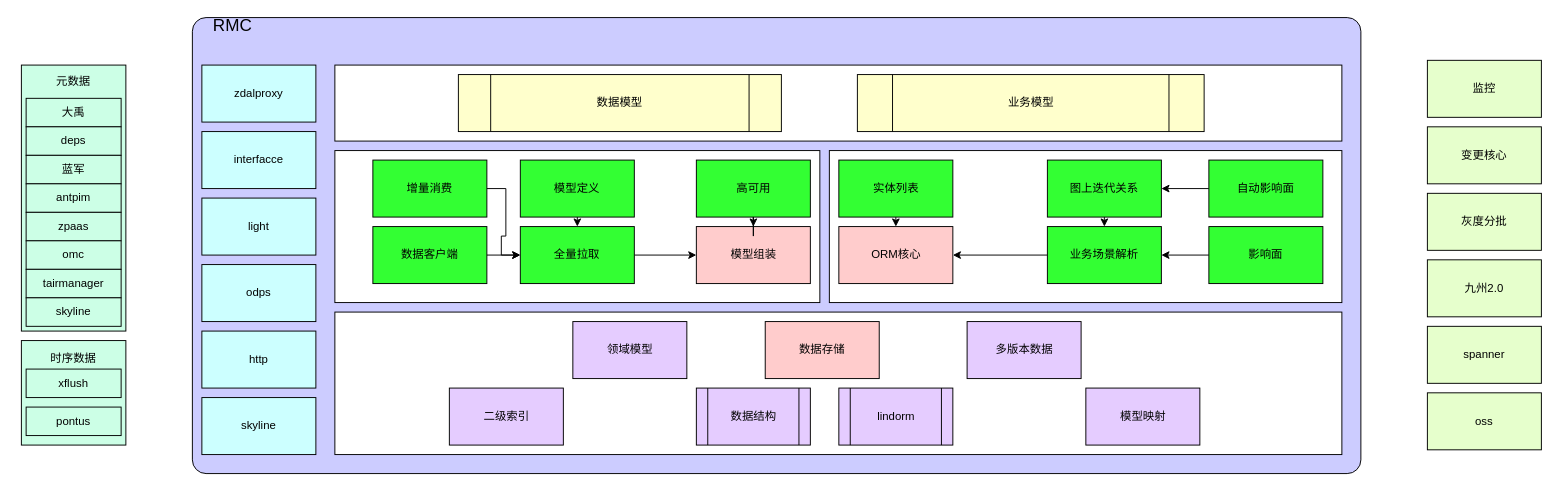
The draw.io diagram 元数据模型.drawio in frankneu/draw.io, before the edit. Source tidied: cells renumbered, new cells numbered last; positions are measured from the earlier drawing's top-left corner, leaving out a move shared by most shapes. Both pictures are drawn from the tidied source at 95%, with x=0, y=0 at pixel (21, 17).
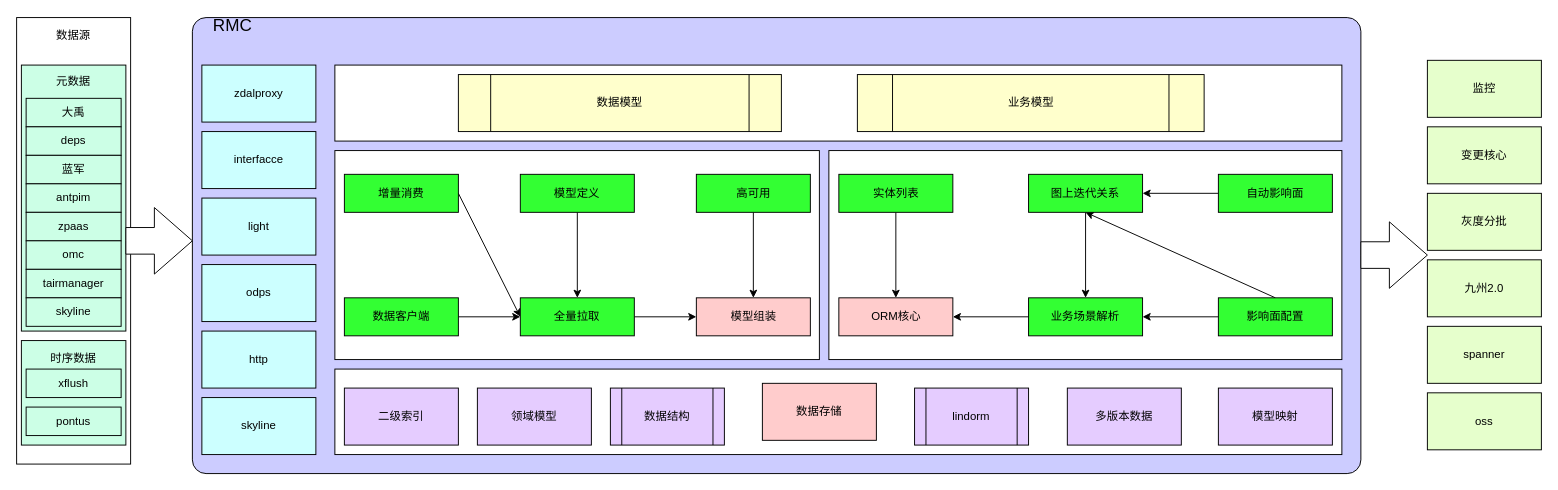
Above is the later version.

Commit message:
Update 元数据模型.drawio

Change to the diagram source:
```diff
@@
+    <mxCell id="62" value="数据源&lt;br&gt;&lt;br&gt;&lt;br&gt;&lt;br&gt;&lt;br&gt;&lt;br&gt;&lt;br&gt;&lt;br&gt;&lt;br&gt;&lt;br&gt;&lt;br&gt;&lt;br&gt;&lt;br&gt;&lt;br&gt;&lt;br&gt;&lt;br&gt;&lt;br&gt;&lt;br&gt;&lt;br&gt;&lt;br&gt;&lt;br&gt;&lt;br&gt;&lt;br&gt;&lt;br&gt;&lt;br&gt;&lt;br&gt;&lt;br&gt;&lt;br&gt;&lt;br&gt;&lt;br&gt;&lt;br&gt;" style="rounded=0;whiteSpace=wrap;html=1;" parent="1" vertex="1">
+      <mxGeometry x="-5" width="120" height="470" as="geometry" />
+    </mxCell>
@@
     <mxCell id="16" style="rounded=0;whiteSpace=wrap;html=1;" parent="1" vertex="1">
-      <mxGeometry x="850.5" y="140" width="539.5" height="160" as="geometry" />
+      <mxGeometry x="850" y="140" width="540" height="220" as="geometry" />
     </mxCell>
     <mxCell id="17" style="rounded=0;whiteSpace=wrap;html=1;" parent="1" vertex="1">
-      <mxGeometry x="330" y="310" width="1060" height="150" as="geometry" />
+      <mxGeometry x="330" y="370" width="1060" height="90" as="geometry" />
     </mxCell>
     <mxCell id="18" style="rounded=0;whiteSpace=wrap;html=1;" parent="1" vertex="1">
-      <mxGeometry x="330" y="140" width="510.5" height="160" as="geometry" />
+      <mxGeometry x="330" y="140" width="510" height="220" as="geometry" />
     </mxCell>
-    <mxCell id="19" style="edgeStyle=orthogonalEdgeStyle;rounded=0;jettySize=auto;html=1;exitX=1;exitY=0.5;exitDx=0;exitDy=0;entryX=0;entryY=0.5;entryDx=0;entryDy=0;" parent="1" edge="1" source="20" target="26">
+    <mxCell id="19" style="rounded=0;jettySize=auto;html=1;exitX=1;exitY=0.5;exitDx=0;exitDy=0;entryX=0;entryY=0.5;entryDx=0;entryDy=0;" parent="1" edge="1" source="20" target="26">
       <mxGeometry relative="1" as="geometry" />
     </mxCell>
     <mxCell id="20" value="增量消费" style="rounded=0;whiteSpace=wrap;html=1;fillColor=#33FF33;" parent="1" vertex="1">
-      <mxGeometry x="370" y="150" width="120" height="60" as="geometry" />
+      <mxGeometry x="340" y="165" width="120" height="40" as="geometry" />
     </mxCell>
@@
     <mxCell id="22" value="数据客户端" style="rounded=0;whiteSpace=wrap;html=1;fillColor=#33FF33;" parent="1" vertex="1">
-      <mxGeometry x="370" y="220" width="120" height="60" as="geometry" />
+      <mxGeometry x="340" y="295" width="120" height="40" as="geometry" />
     </mxCell>
@@
     <mxCell id="24" value="模型定义" style="rounded=0;whiteSpace=wrap;html=1;fillColor=#33FF33;" parent="1" vertex="1">
-      <mxGeometry x="525.2" y="150" width="120" height="60" as="geometry" />
+      <mxGeometry x="525.2" y="165" width="120" height="40" as="geometry" />
     </mxCell>
@@
     <mxCell id="26" value="全量拉取" style="rounded=0;whiteSpace=wrap;html=1;fillColor=#33FF33;" parent="1" vertex="1">
-      <mxGeometry x="525.2" y="220" width="120" height="60" as="geometry" />
+      <mxGeometry x="525.2" y="295" width="120" height="40" as="geometry" />
     </mxCell>
     <mxCell id="27" value="模型组装" style="rounded=0;whiteSpace=wrap;html=1;fillColor=#FFCCCC;" parent="1" vertex="1">
-      <mxGeometry x="710.5" y="220" width="120" height="60" as="geometry" />
+      <mxGeometry x="710.5" y="295" width="120" height="40" as="geometry" />
     </mxCell>
     <mxCell id="28" value="数据存储" style="rounded=0;whiteSpace=wrap;html=1;fillColor=#FFCCCC;" parent="1" vertex="1">
-      <mxGeometry x="783" y="320" width="120" height="60" as="geometry" />
+      <mxGeometry x="780" y="385" width="120" height="60" as="geometry" />
     </mxCell>
     <mxCell id="29" value="ORM核心" style="rounded=0;whiteSpace=wrap;html=1;fillColor=#FFCCCC;" parent="1" vertex="1">
-      <mxGeometry x="860.5" y="220" width="120" height="60" as="geometry" />
+      <mxGeometry x="860.5" y="295" width="120" height="40" as="geometry" />
     </mxCell>
@@
     <mxCell id="31" value="业务场景解析" style="rounded=0;whiteSpace=wrap;html=1;fillColor=#33FF33;" parent="1" vertex="1">
-      <mxGeometry x="1080" y="220" width="120" height="60" as="geometry" />
+      <mxGeometry x="1060.2" y="295" width="120" height="40" as="geometry" />
     </mxCell>
@@
+    <mxCell id="63" style="edgeStyle=none;rounded=0;jettySize=auto;html=1;exitX=0.5;exitY=0;exitDx=0;exitDy=0;entryX=0.5;entryY=1;entryDx=0;entryDy=0;" parent="1" edge="1" source="33" target="39">
+      <mxGeometry relative="1" as="geometry" />
+    </mxCell>
-    <mxCell id="33" value="影响面" style="rounded=0;whiteSpace=wrap;html=1;fillColor=#33FF33;" parent="1" vertex="1">
-      <mxGeometry x="1250" y="220" width="120" height="60" as="geometry" />
+    <mxCell id="33" value="影响面配置" style="rounded=0;whiteSpace=wrap;html=1;fillColor=#33FF33;" parent="1" vertex="1">
+      <mxGeometry x="1260" y="295" width="120" height="40" as="geometry" />
     </mxCell>
     <mxCell id="34" value="二级索引" style="rounded=0;whiteSpace=wrap;html=1;fillColor=#E5CCFF;" parent="1" vertex="1">
-      <mxGeometry x="450.5" y="390" width="120" height="60" as="geometry" />
+      <mxGeometry x="340" y="390" width="120" height="60" as="geometry" />
     </mxCell>
     <mxCell id="35" value="模型映射" style="rounded=0;whiteSpace=wrap;html=1;fillColor=#E5CCFF;" parent="1" vertex="1">
-      <mxGeometry x="1120.5" y="390" width="120" height="60" as="geometry" />
+      <mxGeometry x="1260" y="390" width="120" height="60" as="geometry" />
     </mxCell>
@@
     <mxCell id="37" value="实体列表" style="rounded=0;whiteSpace=wrap;html=1;fillColor=#33FF33;" parent="1" vertex="1">
-      <mxGeometry x="860.5" y="150" width="120" height="60" as="geometry" />
+      <mxGeometry x="860.5" y="165" width="120" height="40" as="geometry" />
     </mxCell>
@@
     <mxCell id="39" value="图上迭代关系" style="rounded=0;whiteSpace=wrap;html=1;fillColor=#33FF33;" parent="1" vertex="1">
-      <mxGeometry x="1080" y="150" width="120" height="60" as="geometry" />
+      <mxGeometry x="1060.2" y="165" width="120" height="40" as="geometry" />
     </mxCell>
@@
     <mxCell id="42" value="数据结构" style="shape=process;whiteSpace=wrap;html=1;backgroundOutline=1;fillColor=#E5CCFF;" parent="1" vertex="1">
-      <mxGeometry x="710.5" y="390" width="120" height="60" as="geometry" />
+      <mxGeometry x="620" y="390" width="120" height="60" as="geometry" />
     </mxCell>
@@
     <mxCell id="44" value="高可用" style="rounded=0;whiteSpace=wrap;html=1;fillColor=#33FF33;" parent="1" vertex="1">
-      <mxGeometry x="710.5" y="150" width="120" height="60" as="geometry" />
+      <mxGeometry x="710.5" y="165" width="120" height="40" as="geometry" />
     </mxCell>
@@
     <mxCell id="46" value="自动影响面" style="rounded=0;whiteSpace=wrap;html=1;fillColor=#33FF33;" parent="1" vertex="1">
-      <mxGeometry x="1250" y="150" width="120" height="60" as="geometry" />
+      <mxGeometry x="1260" y="165" width="120" height="40" as="geometry" />
     </mxCell>
     <mxCell id="47" value="领域模型" style="rounded=0;whiteSpace=wrap;html=1;fillColor=#E5CCFF;" parent="1" vertex="1">
-      <mxGeometry x="580.5" y="320" width="120" height="60" as="geometry" />
+      <mxGeometry x="480" y="390" width="120" height="60" as="geometry" />
     </mxCell>
     <mxCell id="48" value="多版本数据" style="rounded=0;whiteSpace=wrap;html=1;fillColor=#E5CCFF;" parent="1" vertex="1">
-      <mxGeometry x="995.5" y="320" width="120" height="60" as="geometry" />
+      <mxGeometry x="1101" y="390" width="120" height="60" as="geometry" />
     </mxCell>
@@
     <mxCell id="55" value="lindorm" style="shape=process;whiteSpace=wrap;html=1;backgroundOutline=1;fillColor=#E5CCFF;" parent="1" vertex="1">
-      <mxGeometry x="860.5" y="390" width="120" height="60" as="geometry" />
+      <mxGeometry x="940.2" y="390" width="120" height="60" as="geometry" />
     </mxCell>
@@
+    <mxCell id="64" style="edgeStyle=none;rounded=0;orthogonalLoop=1;jettySize=auto;html=1;exitX=0.25;exitY=0;exitDx=0;exitDy=0;" parent="1" edge="1" source="42" target="42">
+      <mxGeometry relative="1" as="geometry" />
+    </mxCell>
+    <mxCell id="65" style="html=1;shadow=0;dashed=0;align=center;verticalAlign=middle;shape=mxgraph.arrows2.arrow;dy=0.6;dx=40;notch=0;" parent="1" vertex="1">
+      <mxGeometry x="110" y="200" width="70" height="70" as="geometry" />
+    </mxCell>
+    <mxCell id="66" style="html=1;shadow=0;dashed=0;align=center;verticalAlign=middle;shape=mxgraph.arrows2.arrow;dy=0.6;dx=40;notch=0;" parent="1" vertex="1">
+      <mxGeometry x="1410" y="215" width="70" height="70" as="geometry" />
+    </mxCell>
```
